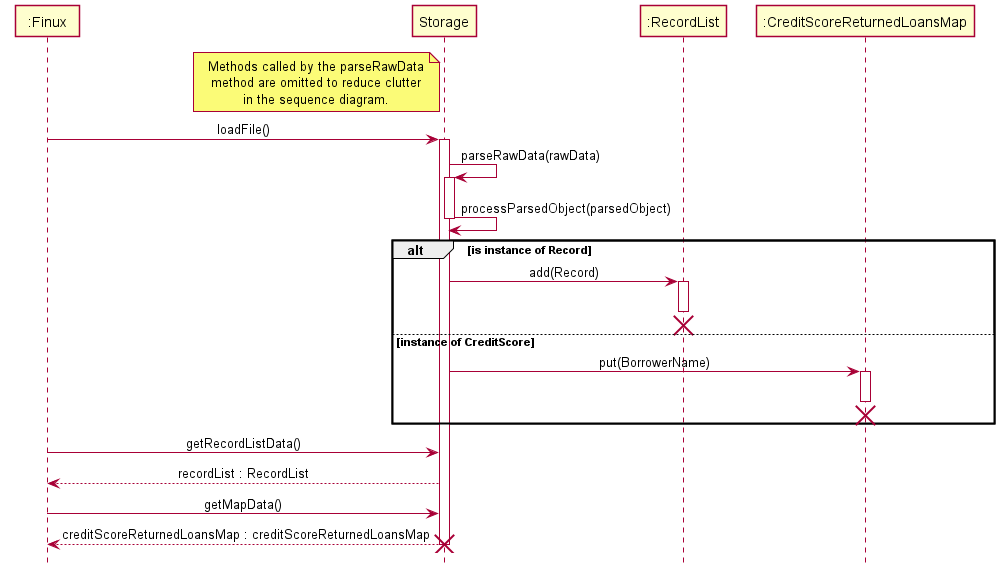
The PlantUML diagram docs/img/StorageSequenceDiagramLoad.png in nus-cs2113-AY2021S2/tp, before a commit.
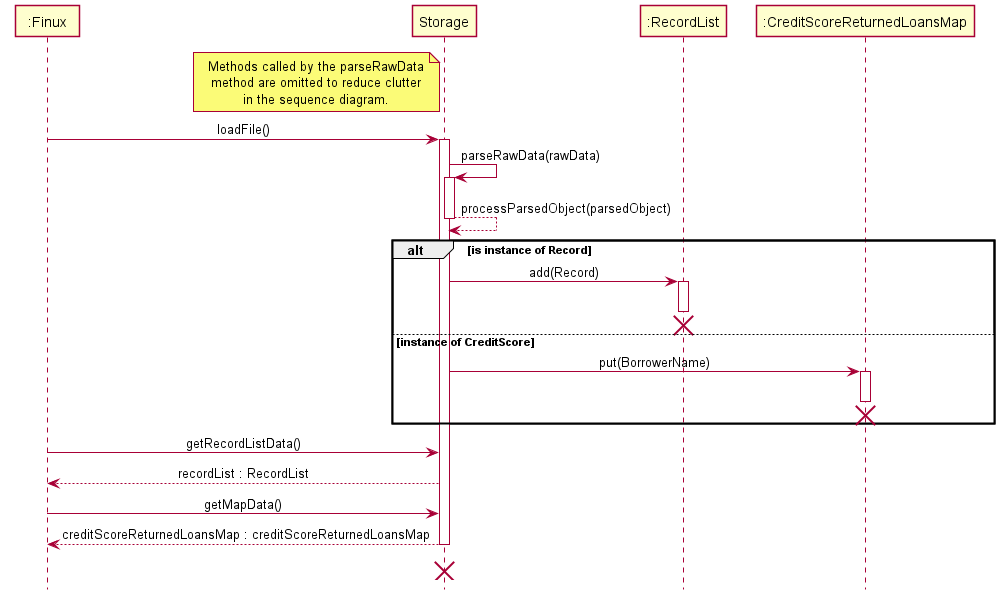
Later version of the same file.

Commit message:
Updated UML diagrams and PPP

What changed in the source:
```diff
@@ -16,7 +16,7 @@
 activate Storage
 Storage -> Storage : parseRawData(rawData)
 activate Storage
-Storage -> Storage : processParsedObject(parsedObject)
+Storage --> Storage : processParsedObject(parsedObject)
 deactivate Storage
 alt is instance of Record
     Storage -> RecordList : add(Record)
@@ -37,6 +37,8 @@
 Storage --> Finux : recordList : RecordList
 Finux -> Storage : getMapData()
 Storage --> Finux : creditScoreReturnedLoansMap : creditScoreReturnedLoansMap
+deactivate Storage
+Storage -[hidden]> Storage
 destroy Storage
 
 @enduml
```
